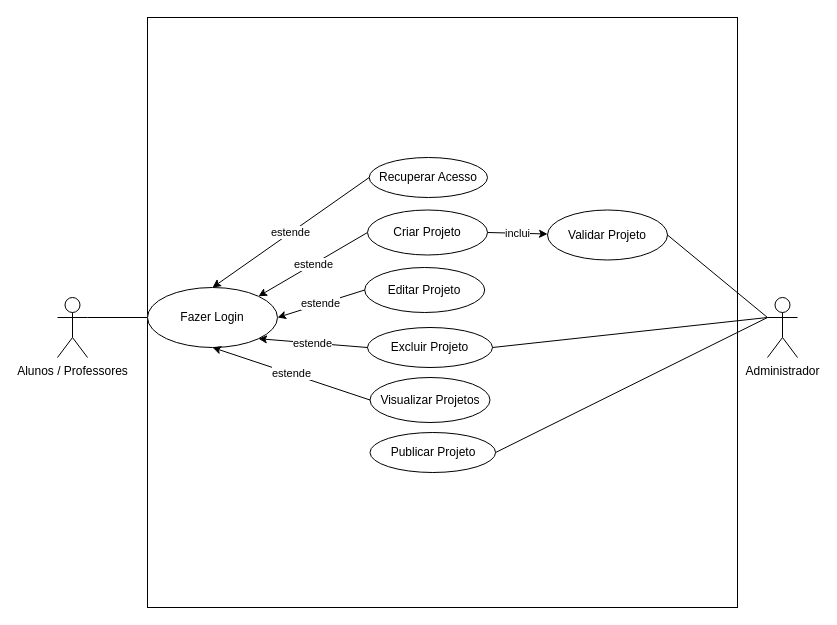
Before: casosdeuso.drawio in JairC1999/SAPF, a draw.io diagram. Source tidied: cells renumbered, new cells numbered last; positions are measured from the earlier drawing's top-left corner, leaving out a move shared by most shapes. Both pictures are drawn from the tidied source at 100%, with x=0, y=0 at pixel (57, 17).
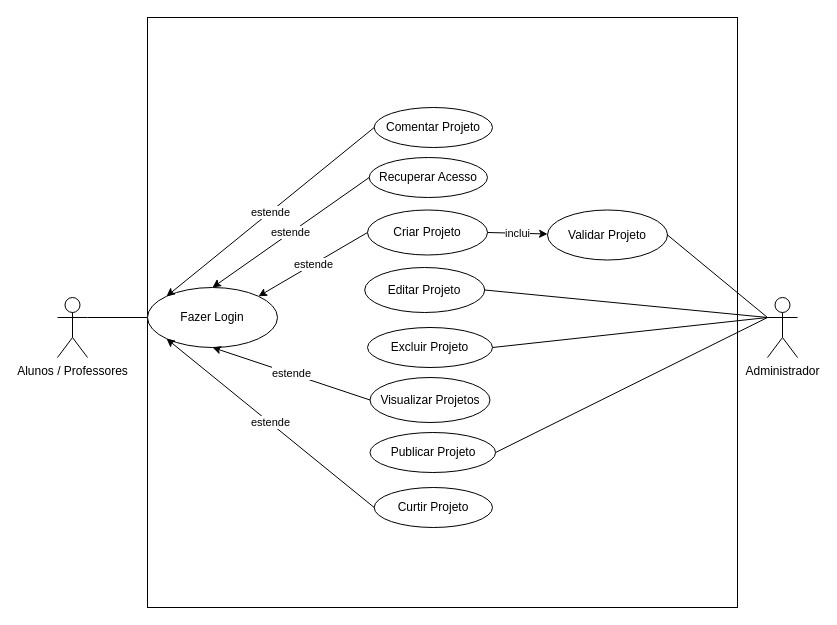
Above is the later version.

The change refers to these unchanged cells:
```xml
<mxCell id="5" value="Excluir Projeto" style="ellipse;whiteSpace=wrap;html=1;" parent="1" vertex="1">
  <mxGeometry x="310" y="310" width="125" height="40" as="geometry" />
</mxCell>
<mxCell id="6" value="Editar Projeto" style="ellipse;whiteSpace=wrap;html=1;" parent="1" vertex="1">
  <mxGeometry x="307.2" y="250" width="120" height="45" as="geometry" />
</mxCell>
<mxCell id="10" value="Fazer Login" style="ellipse;whiteSpace=wrap;html=1;" parent="1" vertex="1">
  <mxGeometry x="90" y="270" width="130" height="60" as="geometry" />
</mxCell>
<mxCell id="13" value="Administrador" style="shape=umlActor;verticalLabelPosition=bottom;verticalAlign=top;html=1;outlineConnect=0;" parent="1" vertex="1">
  <mxGeometry x="710" y="280" width="30" height="60" as="geometry" />
</mxCell>
```

What changed in the source:
```diff
@@
-    <mxCell id="20" value="estende" style="endArrow=classic;html=1;entryX=1;entryY=1;entryDx=0;entryDy=0;exitX=0;exitY=0.5;exitDx=0;exitDy=0;" parent="1" edge="1" source="5" target="10">
-      <mxGeometry relative="1" as="geometry" />
-    </mxCell>
-    <mxCell id="21" value="estende" style="endArrow=classic;html=1;exitX=0;exitY=0.5;exitDx=0;exitDy=0;entryX=1;entryY=0.5;entryDx=0;entryDy=0;" parent="1" edge="1" source="6" target="10">
-      <mxGeometry relative="1" as="geometry" />
-    </mxCell>
@@
+    <mxCell id="23" style="endArrow=none;html=1;entryX=0;entryY=0.3333333333333333;entryDx=0;entryDy=0;entryPerimeter=0;exitX=1;exitY=0.5;exitDx=0;exitDy=0;" parent="1" edge="1" source="6" target="13">
+      <mxGeometry relative="1" as="geometry" />
+    </mxCell>
+    <mxCell id="24" value="Comentar Projeto" style="ellipse;whiteSpace=wrap;html=1;" parent="1" vertex="1">
+      <mxGeometry x="316.7" y="90" width="118.3" height="40" as="geometry" />
+    </mxCell>
+    <mxCell id="25" value="estende" style="endArrow=classic;html=1;exitX=0;exitY=0.5;exitDx=0;exitDy=0;entryX=0;entryY=0;entryDx=0;entryDy=0;" parent="1" edge="1" source="24" target="10">
+      <mxGeometry relative="1" as="geometry" />
+    </mxCell>
+    <mxCell id="26" value="Curtir Projeto" style="ellipse;whiteSpace=wrap;html=1;" parent="1" vertex="1">
+      <mxGeometry x="316.7" y="470" width="118.3" height="40" as="geometry" />
+    </mxCell>
+    <mxCell id="27" value="estende" style="endArrow=classic;html=1;entryX=0;entryY=1;entryDx=0;entryDy=0;exitX=0;exitY=0.5;exitDx=0;exitDy=0;" parent="1" edge="1" source="26" target="10">
+      <mxGeometry relative="1" as="geometry" />
+    </mxCell>
```
